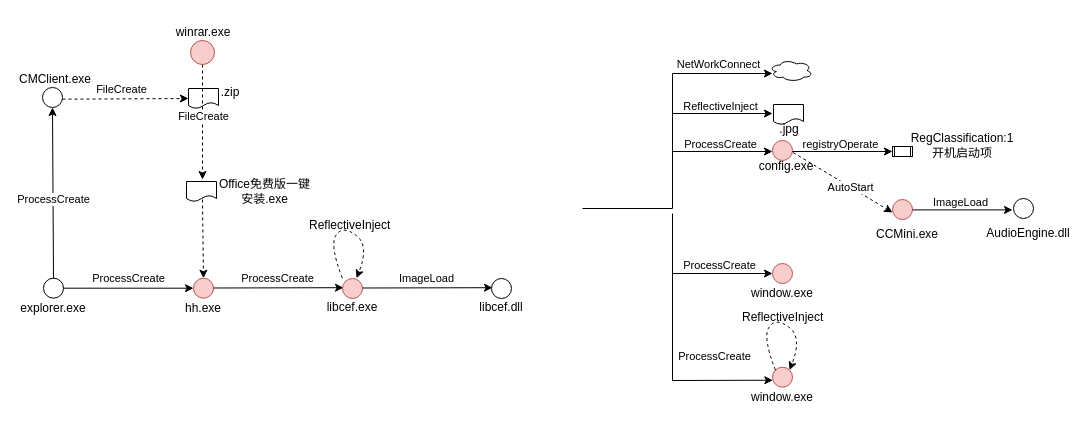
Above: 银狐4.drawio in ernongxizhu/picture (draw.io), before the change. Source tidied: cells renumbered, new cells numbered last; positions are measured from the earlier drawing's top-left corner, leaving out a move shared by most shapes. Both pictures are drawn from the tidied source at 100%, with x=0, y=0 at pixel (23, 17).
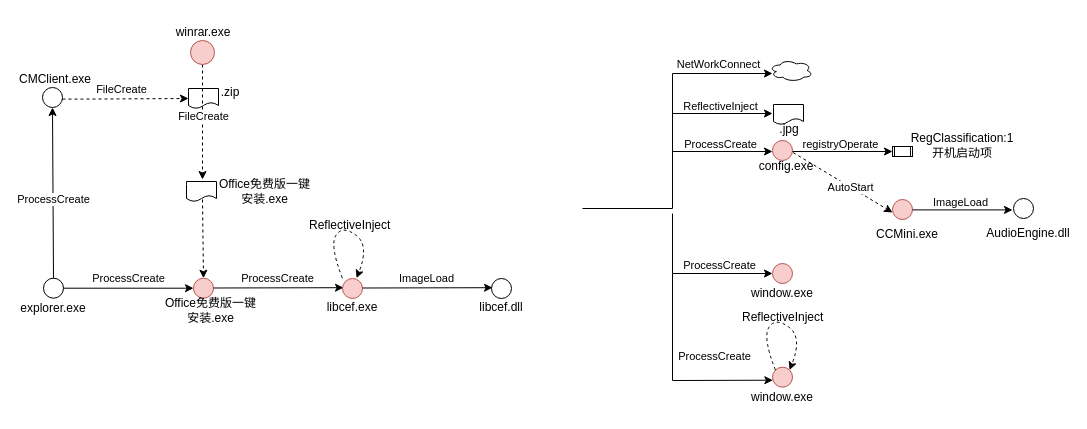
Above is the later version.

Change to the diagram source:
```diff
@@
-    <mxCell id="9" value="hh.exe" style="text;strokeColor=none;align=center;fillColor=none;html=1;verticalAlign=middle;whiteSpace=wrap;rounded=0;" parent="1" vertex="1">
-      <mxGeometry x="150" y="275.7" width="60" height="30" as="geometry" />
+    <mxCell id="9" value="Office免费版一键安装.exe" style="text;strokeColor=none;align=center;fillColor=none;html=1;verticalAlign=middle;whiteSpace=wrap;rounded=0;" parent="1" vertex="1">
+      <mxGeometry x="138" y="277.7" width="99" height="30" as="geometry" />
     </mxCell>
```
